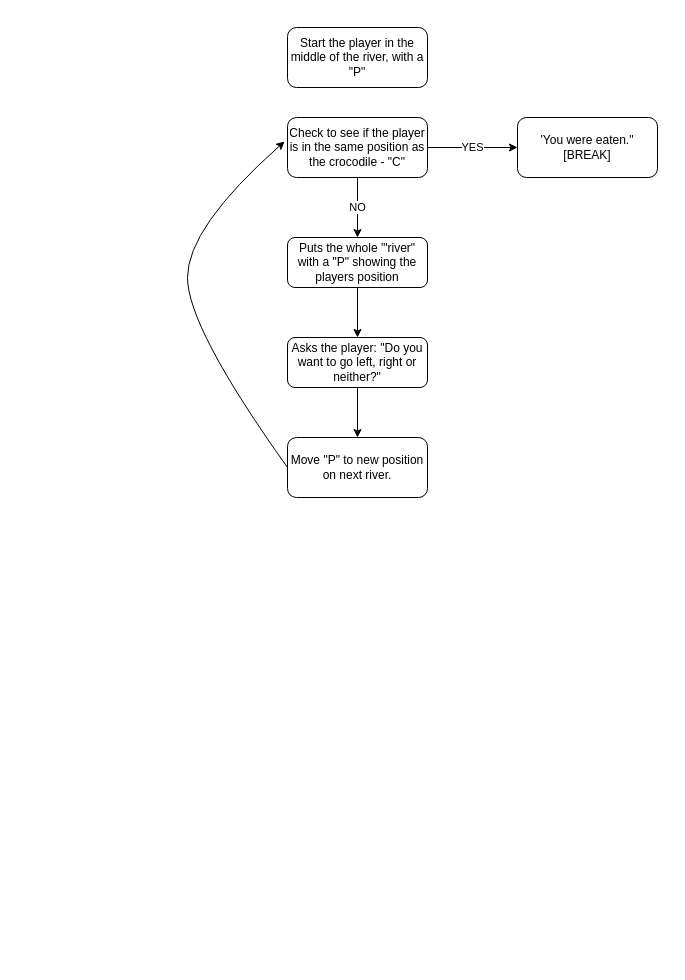
The draw.io diagram Untitled Diagram.drawio in Chloeem/makers-ruby-practise, before the edit. Source tidied: cells renumbered, new cells numbered last; positions are measured from the earlier drawing's top-left corner, leaving out a move shared by most shapes. Both pictures are drawn from the tidied source at 100%, with x=0, y=0 at pixel (187, 27).
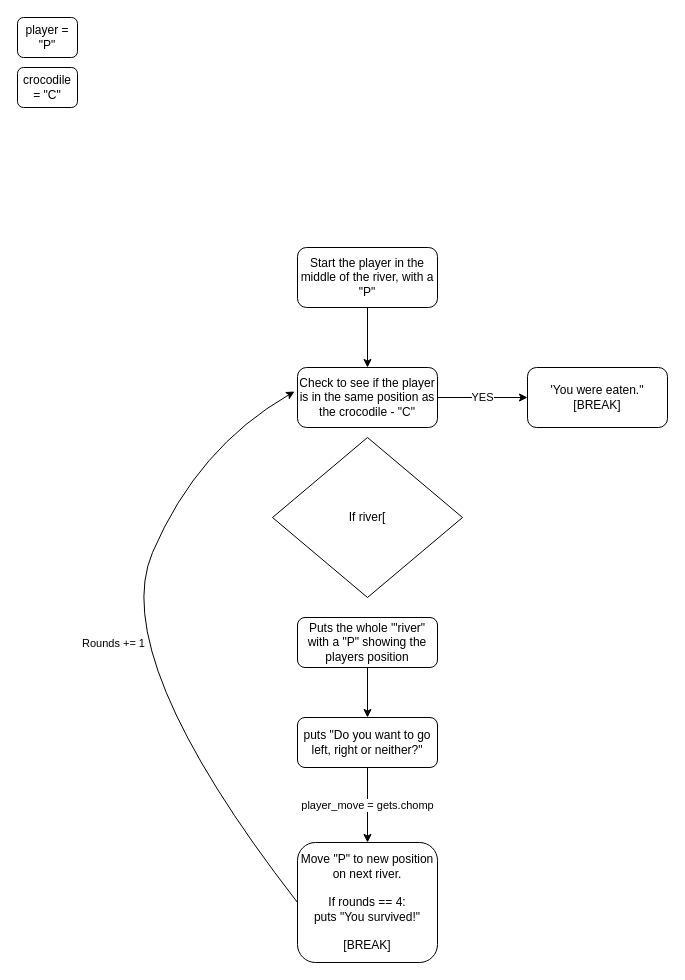
The same page after the edit.

Commit message:
Added more detail to the crocodile-game

Change to the diagram source:
```diff
@@
 <mxGraphModel>
   <root>
     <mxCell id="0" />
     <mxCell id="1" parent="0" />
+    <mxCell id="13" style="edgeStyle=orthogonalEdgeStyle;rounded=0;jettySize=auto;html=1;exitX=0.5;exitY=1;exitDx=0;exitDy=0;entryX=0.5;entryY=0;entryDx=0;entryDy=0;" parent="1" edge="1" source="2" target="5">
+      <mxGeometry relative="1" as="geometry" />
+    </mxCell>
     <mxCell id="2" value="Start the player in the middle of the river, with a &quot;P&quot;" style="rounded=1;whiteSpace=wrap;html=1;fontSize=12;glass=0;strokeWidth=1;shadow=0;" parent="1" vertex="1">
-      <mxGeometry x="100" width="140" height="60" as="geometry" />
+      <mxGeometry x="110" y="220" width="140" height="60" as="geometry" />
     </mxCell>
     <mxCell id="3" value="YES" style="edgeStyle=orthogonalEdgeStyle;rounded=0;jettySize=auto;html=1;entryX=0;entryY=0.5;entryDx=0;entryDy=0;" parent="1" edge="1" source="5" target="6">
       <mxGeometry relative="1" as="geometry" />
     </mxCell>
-    <mxCell id="4" value="NO" style="edgeStyle=orthogonalEdgeStyle;rounded=0;jettySize=auto;html=1;entryX=0.5;entryY=0;entryDx=0;entryDy=0;" parent="1" edge="1" source="5" target="8">
-      <mxGeometry relative="1" as="geometry" />
-    </mxCell>
     <mxCell id="5" value="Check to see if the player is in the same position as the crocodile - &quot;C&quot;" style="rounded=1;whiteSpace=wrap;html=1;fontSize=12;glass=0;strokeWidth=1;shadow=0;" parent="1" vertex="1">
-      <mxGeometry x="100" y="90" width="140" height="60" as="geometry" />
+      <mxGeometry x="110" y="340" width="140" height="60" as="geometry" />
     </mxCell>
     <mxCell id="6" value="'You were eaten.&quot; &lt;br&gt;[BREAK]" style="rounded=1;whiteSpace=wrap;html=1;fontSize=12;glass=0;strokeWidth=1;shadow=0;" parent="1" vertex="1">
-      <mxGeometry x="330" y="90" width="140" height="60" as="geometry" />
+      <mxGeometry x="340" y="340" width="140" height="60" as="geometry" />
     </mxCell>
     <mxCell id="7" style="edgeStyle=orthogonalEdgeStyle;rounded=0;jettySize=auto;html=1;" parent="1" edge="1" source="8" target="10">
       <mxGeometry relative="1" as="geometry" />
     </mxCell>
     <mxCell id="8" value="Puts the whole '&quot;river&quot; with a &quot;P&quot; showing the players position" style="rounded=1;whiteSpace=wrap;html=1;fontSize=12;glass=0;strokeWidth=1;shadow=0;" parent="1" vertex="1">
-      <mxGeometry x="100" y="210" width="140" height="50" as="geometry" />
+      <mxGeometry x="110" y="590" width="140" height="50" as="geometry" />
     </mxCell>
-    <mxCell id="9" style="edgeStyle=orthogonalEdgeStyle;rounded=0;jettySize=auto;html=1;" parent="1" edge="1" source="10" target="11">
+    <mxCell id="9" value="player_move = gets.chomp" style="edgeStyle=orthogonalEdgeStyle;rounded=0;jettySize=auto;html=1;" parent="1" edge="1" source="10" target="11">
       <mxGeometry relative="1" as="geometry" />
     </mxCell>
-    <mxCell id="10" value="Asks the player: &quot;Do you want to go left, right or neither?&quot;" style="rounded=1;whiteSpace=wrap;html=1;fontSize=12;glass=0;strokeWidth=1;shadow=0;" parent="1" vertex="1">
-      <mxGeometry x="100" y="310" width="140" height="50" as="geometry" />
+    <mxCell id="10" value="puts &quot;Do you want to go left, right or neither?&quot;" style="rounded=1;whiteSpace=wrap;html=1;fontSize=12;glass=0;strokeWidth=1;shadow=0;" parent="1" vertex="1">
+      <mxGeometry x="110" y="690" width="140" height="50" as="geometry" />
     </mxCell>
-    <mxCell id="11" value="Move &quot;P&quot; to new position on next river." style="rounded=1;whiteSpace=wrap;html=1;fontSize=12;glass=0;strokeWidth=1;shadow=0;" parent="1" vertex="1">
-      <mxGeometry x="100" y="410" width="140" height="60" as="geometry" />
+    <mxCell id="11" value="Move &quot;P&quot; to new position on next river.&lt;br&gt;&lt;br&gt;If rounds == 4:&lt;br&gt;puts &quot;You survived!&quot;&lt;br&gt;&lt;br&gt;[BREAK]" style="rounded=1;whiteSpace=wrap;html=1;fontSize=12;glass=0;strokeWidth=1;shadow=0;" parent="1" vertex="1">
+      <mxGeometry x="110" y="815" width="140" height="120" as="geometry" />
     </mxCell>
-    <mxCell id="12" style="curved=1;endArrow=classic;html=1;exitX=0;exitY=0.5;exitDx=0;exitDy=0;entryX=-0.021;entryY=0.4;entryDx=0;entryDy=0;entryPerimeter=0;" parent="1" edge="1" source="11" target="5">
+    <mxCell id="12" value="Rounds += 1" style="curved=1;endArrow=classic;html=1;exitX=0;exitY=0.5;exitDx=0;exitDy=0;entryX=-0.021;entryY=0.4;entryDx=0;entryDy=0;entryPerimeter=0;" parent="1" edge="1" source="11" target="5">
       <mxGeometry relative="1" as="geometry">
         <Array as="points">
-          <mxPoint y="300" />
-          <mxPoint y="200" />
+          <mxPoint x="-80" y="630" />
+          <mxPoint x="10" y="420" />
         </Array>
       </mxGeometry>
     </mxCell>
+    <mxCell id="14" value="player = &quot;P&quot;" style="rounded=1;whiteSpace=wrap;html=1;" parent="1" vertex="1">
+      <mxGeometry x="-170" y="-10" width="60" height="40" as="geometry" />
+    </mxCell>
+    <mxCell id="15" value="crocodile = &quot;C&quot;" style="rounded=1;whiteSpace=wrap;html=1;" parent="1" vertex="1">
+      <mxGeometry x="-170" y="40" width="60" height="40" as="geometry" />
+    </mxCell>
+    <mxCell id="16" value="If river[" style="rhombus;whiteSpace=wrap;html=1;" parent="1" vertex="1">
+      <mxGeometry x="85" y="410" width="190" height="160" as="geometry" />
+    </mxCell>
   </root>
 </mxGraphModel>
```
